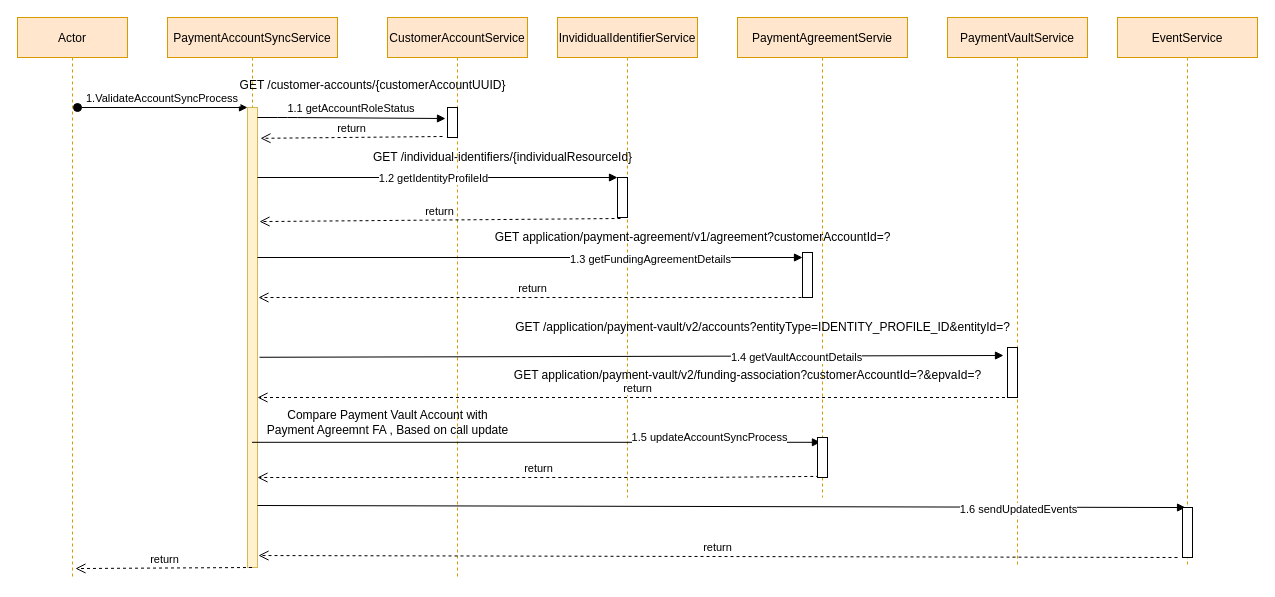
Before: pay-Sequence.drawio in evasanthan/testRestApp, a draw.io diagram. Source tidied: cells renumbered, new cells numbered last; positions are measured from the earlier drawing's top-left corner, leaving out a move shared by most shapes. Both pictures are drawn from the tidied source at 100%, with x=0, y=0 at pixel (17, 17).
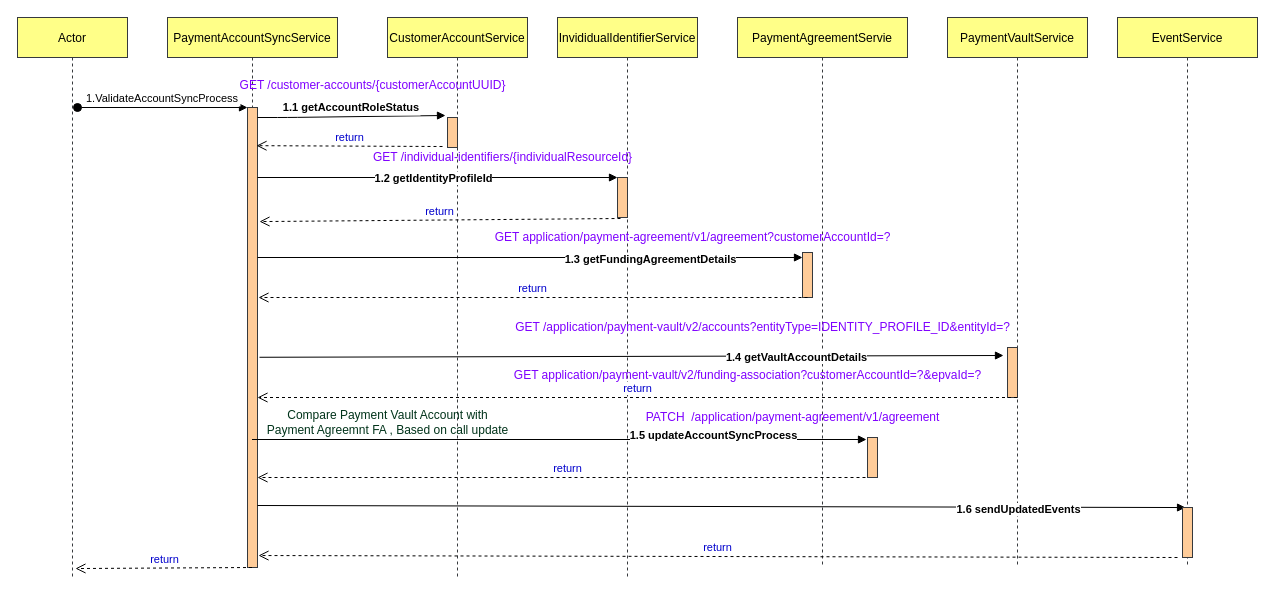
The same diagram, later.

The change refers to these unchanged cells:
```xml
<mxCell id="20" style="html=1;verticalAlign=bottom;endArrow=block;" parent="1" edge="1" target="16">
  <mxGeometry x="-0.02" y="-10" relative="1" as="geometry">
    <mxPoint x="240" y="240" as="sourcePoint" />
  </mxGeometry>
</mxCell>
<mxCell id="25" style="html=1;verticalAlign=bottom;endArrow=block;exitX=1.2;exitY=0.543;exitDx=0;exitDy=0;exitPerimeter=0;entryX=-0.4;entryY=0.16;entryDx=0;entryDy=0;entryPerimeter=0;" parent="1" edge="1" source="3" target="24">
  <mxGeometry x="-0.02" y="-10" relative="1" as="geometry" />
</mxCell>
<mxCell id="35" style="html=1;verticalAlign=bottom;endArrow=block;entryX=0.486;entryY=0.891;entryDx=0;entryDy=0;entryPerimeter=0;" parent="1" edge="1" target="29">
  <mxGeometry x="-0.02" y="-10" relative="1" as="geometry">
    <mxPoint x="240" y="488" as="sourcePoint" />
  </mxGeometry>
</mxCell>
```

What changed in the source:
```diff
@@
-    <mxCell id="2" value="PaymentAccountSyncService" style="shape=umlLifeline;perimeter=lifelinePerimeter;rounded=0;shadow=0;strokeWidth=1;fillColor=#ffe6cc;strokeColor=#d79b00;" parent="1" vertex="1">
+    <mxCell id="2" value="PaymentAccountSyncService" style="shape=umlLifeline;perimeter=lifelinePerimeter;rounded=0;shadow=0;strokeWidth=1;fillColor=#ffff88;strokeColor=#36393d;" parent="1" vertex="1">
       <mxGeometry x="150" width="170" height="550" as="geometry" />
     </mxCell>
-    <mxCell id="3" style="points=[];perimeter=orthogonalPerimeter;rounded=0;shadow=0;strokeWidth=1;fillColor=#fff2cc;strokeColor=#d6b656;" parent="2" vertex="1">
+    <mxCell id="3" style="points=[];perimeter=orthogonalPerimeter;rounded=0;shadow=0;strokeWidth=1;fillColor=#ffcc99;strokeColor=#36393d;" parent="2" vertex="1">
       <mxGeometry x="80" y="90" width="10" height="460" as="geometry" />
     </mxCell>
@@
-    <mxCell id="5" value="CustomerAccountService" style="shape=umlLifeline;perimeter=lifelinePerimeter;rounded=0;shadow=0;strokeWidth=1;fillColor=#ffe6cc;strokeColor=#d79b00;" parent="1" vertex="1">
+    <mxCell id="5" value="CustomerAccountService" style="shape=umlLifeline;perimeter=lifelinePerimeter;rounded=0;shadow=0;strokeWidth=1;fillColor=#ffff88;strokeColor=#36393d;" parent="1" vertex="1">
       <mxGeometry x="370" width="140" height="560" as="geometry" />
     </mxCell>
-    <mxCell id="6" style="points=[];perimeter=orthogonalPerimeter;rounded=0;shadow=0;strokeWidth=1;" parent="5" vertex="1">
-      <mxGeometry x="60" y="90" width="10" height="30" as="geometry" />
+    <mxCell id="6" style="points=[];perimeter=orthogonalPerimeter;rounded=0;shadow=0;strokeWidth=1;fillColor=#ffcc99;strokeColor=#36393d;" parent="5" vertex="1">
+      <mxGeometry x="60" y="100" width="10" height="30" as="geometry" />
     </mxCell>
-    <mxCell id="7" value="1.1 getAccountRoleStatus" style="verticalAlign=bottom;endArrow=block;entryX=-0.2;entryY=0.367;shadow=0;strokeWidth=1;entryDx=0;entryDy=0;entryPerimeter=0;" parent="1" edge="1" source="3" target="6">
+    <mxCell id="7" value="1.1 getAccountRoleStatus" style="verticalAlign=bottom;endArrow=block;shadow=0;strokeWidth=1;fontStyle=1;entryX=-0.2;entryY=-0.067;entryDx=0;entryDy=0;entryPerimeter=0;" parent="1" edge="1" source="3" target="6">
       <mxGeometry relative="1" as="geometry">
         <Array as="points">
           <mxPoint x="270" y="100" />
         </Array>
       </mxGeometry>
     </mxCell>
-    <mxCell id="8" value="&lt;div&gt;&lt;font style=&quot;font-size: 12px&quot;&gt;&lt;span style=&quot;white-space: pre&quot;&gt; &lt;span style=&quot;white-space: pre&quot;&gt; &lt;/span&gt;&lt;span style=&quot;white-space: pre&quot;&gt; &lt;/span&gt;&lt;/span&gt;GET /customer-accounts/&lt;span&gt;{customerAccountUUID}&lt;/span&gt;&lt;/font&gt;&lt;/div&gt;&lt;div&gt;&lt;br&gt;&lt;/div&gt;" style="text;html=1;align=center;verticalAlign=middle;strokeColor=none;" parent="1" vertex="1">
+    <mxCell id="8" value="&lt;div&gt;&lt;font style=&quot;font-size: 12px&quot; color=&quot;#7f00ff&quot;&gt;&lt;span style=&quot;white-space: pre&quot;&gt; &lt;span style=&quot;white-space: pre&quot;&gt; &lt;/span&gt;&lt;span style=&quot;white-space: pre&quot;&gt; &lt;/span&gt;&lt;/span&gt;GET /customer-accounts/&lt;span&gt;{customerAccountUUID}&lt;/span&gt;&lt;/font&gt;&lt;/div&gt;&lt;div&gt;&lt;br&gt;&lt;/div&gt;" style="text;html=1;align=center;verticalAlign=middle;strokeColor=none;" parent="1" vertex="1">
       <mxGeometry x="170" y="60" width="360" height="30" as="geometry" />
     </mxCell>
-    <mxCell id="9" value="1.2 getIdentityProfileId" style="html=1;verticalAlign=bottom;endArrow=block;" parent="1" edge="1" target="13">
+    <mxCell id="9" value="1.2 getIdentityProfileId" style="html=1;verticalAlign=bottom;endArrow=block;fontStyle=1;" parent="1" edge="1" target="13">
       <mxGeometry x="-0.02" y="-10" relative="1" as="geometry">
         <mxPoint x="240" y="160" as="sourcePoint" />
       </mxGeometry>
     </mxCell>
-    <mxCell id="10" value="return" style="html=1;verticalAlign=bottom;endArrow=open;dashed=1;endSize=8;entryX=1.2;entryY=0.248;entryDx=0;entryDy=0;entryPerimeter=0;exitX=0.3;exitY=1.025;exitDx=0;exitDy=0;exitPerimeter=0;" parent="1" edge="1" source="13" target="3">
+    <mxCell id="10" value="&lt;font color=&quot;#0000cc&quot;&gt;return&lt;/font&gt;" style="html=1;verticalAlign=bottom;endArrow=open;dashed=1;endSize=8;entryX=1.2;entryY=0.248;entryDx=0;entryDy=0;entryPerimeter=0;exitX=0.3;exitY=1.025;exitDx=0;exitDy=0;exitPerimeter=0;" parent="1" edge="1" source="13" target="3">
       <mxGeometry relative="1" as="geometry" />
     </mxCell>
-    <mxCell id="11" value="GET /individual-identifiers/{individualResourceId}" style="text;html=1;align=center;verticalAlign=middle;strokeColor=none;" parent="1" vertex="1">
+    <mxCell id="11" value="&lt;font color=&quot;#7f00ff&quot;&gt;GET /individual-identifiers/{individualResourceId}&lt;/font&gt;" style="text;html=1;align=center;verticalAlign=middle;strokeColor=none;" parent="1" vertex="1">
       <mxGeometry x="350" y="130" width="270" height="20" as="geometry" />
     </mxCell>
-    <mxCell id="12" value="InvididualIdentifierService" style="shape=umlLifeline;perimeter=lifelinePerimeter;rounded=0;shadow=0;strokeWidth=1;fillColor=#ffe6cc;strokeColor=#d79b00;" parent="1" vertex="1">
-      <mxGeometry x="540" width="140" height="480" as="geometry" />
+    <mxCell id="12" value="InvididualIdentifierService" style="shape=umlLifeline;perimeter=lifelinePerimeter;rounded=0;shadow=0;strokeWidth=1;fillColor=#ffff88;strokeColor=#36393d;" parent="1" vertex="1">
+      <mxGeometry x="540" width="140" height="560" as="geometry" />
     </mxCell>
-    <mxCell id="13" style="points=[];perimeter=orthogonalPerimeter;rounded=0;shadow=0;strokeWidth=1;" parent="12" vertex="1">
+    <mxCell id="13" style="points=[];perimeter=orthogonalPerimeter;rounded=0;shadow=0;strokeWidth=1;fillColor=#ffcc99;strokeColor=#36393d;" parent="12" vertex="1">
       <mxGeometry x="60" y="160" width="10" height="40" as="geometry" />
     </mxCell>
-    <mxCell id="14" value="return" style="html=1;verticalAlign=bottom;endArrow=open;dashed=1;endSize=8;exitX=-0.5;exitY=0.967;exitDx=0;exitDy=0;exitPerimeter=0;entryX=1.3;entryY=0.067;entryDx=0;entryDy=0;entryPerimeter=0;" parent="1" edge="1" source="6" target="3">
+    <mxCell id="14" value="&lt;font color=&quot;#0000cc&quot;&gt;return&lt;/font&gt;" style="html=1;verticalAlign=bottom;endArrow=open;dashed=1;endSize=8;exitX=-0.5;exitY=0.967;exitDx=0;exitDy=0;exitPerimeter=0;entryX=0.9;entryY=0.083;entryDx=0;entryDy=0;entryPerimeter=0;" parent="1" edge="1" source="6" target="3">
       <mxGeometry relative="1" as="geometry" />
     </mxCell>
-    <mxCell id="15" value="PaymentAgreementServie" style="shape=umlLifeline;perimeter=lifelinePerimeter;rounded=0;shadow=0;strokeWidth=1;fillColor=#ffe6cc;strokeColor=#d79b00;" parent="1" vertex="1">
-      <mxGeometry x="720" width="170" height="480" as="geometry" />
+    <mxCell id="15" value="PaymentAgreementServie" style="shape=umlLifeline;perimeter=lifelinePerimeter;rounded=0;shadow=0;strokeWidth=1;fillColor=#ffff88;strokeColor=#36393d;" parent="1" vertex="1">
+      <mxGeometry x="720" width="170" height="550" as="geometry" />
     </mxCell>
-    <mxCell id="16" style="points=[];perimeter=orthogonalPerimeter;rounded=0;shadow=0;strokeWidth=1;" parent="15" vertex="1">
+    <mxCell id="16" style="points=[];perimeter=orthogonalPerimeter;rounded=0;shadow=0;strokeWidth=1;fillColor=#ffcc99;strokeColor=#36393d;" parent="15" vertex="1">
       <mxGeometry x="65" y="235" width="10" height="45" as="geometry" />
     </mxCell>
-    <mxCell id="17" value="GET /application/payment-vault/v2/accounts?entityType=IDENTITY_PROFILE_ID&amp;amp;entityId=?" style="text;html=1;align=center;verticalAlign=middle;strokeColor=none;" parent="15" vertex="1">
+    <mxCell id="17" value="&lt;font color=&quot;#7f00ff&quot;&gt;GET /application/payment-vault/v2/accounts?entityType=IDENTITY_PROFILE_ID&amp;amp;entityId=?&lt;/font&gt;" style="text;html=1;align=center;verticalAlign=middle;strokeColor=none;" parent="15" vertex="1">
       <mxGeometry x="-230" y="300" width="510" height="20" as="geometry" />
     </mxCell>
-    <mxCell id="18" value="&lt;div&gt;GET application/payment-vault/v2/funding-association?customerAccountId=?&amp;amp;epvaId=?&lt;/div&gt;&lt;div&gt;&lt;br&gt;&lt;/div&gt;" style="text;html=1;align=center;verticalAlign=middle;strokeColor=none;" parent="15" vertex="1">
+    <mxCell id="18" value="&lt;div&gt;&lt;font color=&quot;#7f00ff&quot;&gt;GET application/payment-vault/v2/funding-association?customerAccountId=?&amp;amp;epvaId=?&lt;/font&gt;&lt;/div&gt;&lt;div&gt;&lt;br&gt;&lt;/div&gt;" style="text;html=1;align=center;verticalAlign=middle;strokeColor=none;" parent="15" vertex="1">
       <mxGeometry x="-230" y="350" width="480" height="30" as="geometry" />
     </mxCell>
-    <mxCell id="19" value="PaymentVaultService" style="shape=umlLifeline;perimeter=lifelinePerimeter;rounded=0;shadow=0;strokeWidth=1;fillColor=#ffe6cc;strokeColor=#d79b00;" parent="1" vertex="1">
+    <mxCell id="19" value="PaymentVaultService" style="shape=umlLifeline;perimeter=lifelinePerimeter;rounded=0;shadow=0;strokeWidth=1;fillColor=#ffff88;strokeColor=#36393d;" parent="1" vertex="1">
       <mxGeometry x="930" width="140" height="550" as="geometry" />
     </mxCell>
@@
-    <mxCell id="21" value="1.3 getFundingAgreementDetails" style="edgeLabel;html=1;align=center;verticalAlign=middle;" parent="20" vertex="1">
+    <mxCell id="21" value="1.3 getFundingAgreementDetails" style="edgeLabel;html=1;align=center;verticalAlign=middle;fontStyle=1;" parent="20" vertex="1">
       <mxGeometry x="0.44" y="-1" relative="1" as="geometry" />
     </mxCell>
-    <mxCell id="22" value="GET application/payment-agreement/v1/agreement?customerAccountId=?" style="text;html=1;align=center;verticalAlign=middle;strokeColor=none;" parent="1" vertex="1">
+    <mxCell id="22" value="&lt;font color=&quot;#7f00ff&quot;&gt;GET application/payment-agreement/v1/agreement?customerAccountId=?&lt;/font&gt;" style="text;html=1;align=center;verticalAlign=middle;strokeColor=none;" parent="1" vertex="1">
       <mxGeometry x="470" y="210" width="410" height="20" as="geometry" />
     </mxCell>
-    <mxCell id="23" value="return" style="html=1;verticalAlign=bottom;endArrow=open;dashed=1;endSize=8;" parent="1" edge="1">
+    <mxCell id="23" value="&lt;font color=&quot;#0000cc&quot;&gt;return&lt;/font&gt;" style="html=1;verticalAlign=bottom;endArrow=open;dashed=1;endSize=8;" parent="1" edge="1">
       <mxGeometry relative="1" as="geometry">
         <mxPoint x="790" y="280" as="sourcePoint" />
         <mxPoint x="241" y="280" as="targetPoint" />
       </mxGeometry>
     </mxCell>
-    <mxCell id="24" style="points=[];perimeter=orthogonalPerimeter;rounded=0;shadow=0;strokeWidth=1;" parent="1" vertex="1">
+    <mxCell id="24" style="points=[];perimeter=orthogonalPerimeter;rounded=0;shadow=0;strokeWidth=1;fillColor=#ffcc99;strokeColor=#36393d;" parent="1" vertex="1">
       <mxGeometry x="990" y="330" width="10" height="50" as="geometry" />
     </mxCell>
@@
-    <mxCell id="26" value="1.4 getVaultAccountDetails" style="edgeLabel;html=1;align=center;verticalAlign=middle;" parent="25" vertex="1">
+    <mxCell id="26" value="1.4 getVaultAccountDetails" style="edgeLabel;html=1;align=center;verticalAlign=middle;fontStyle=1;" parent="25" vertex="1">
       <mxGeometry x="0.44" y="-1" relative="1" as="geometry" />
     </mxCell>
-    <mxCell id="27" value="return" style="html=1;verticalAlign=bottom;endArrow=open;dashed=1;endSize=8;" parent="1" edge="1" source="19">
+    <mxCell id="27" value="&lt;font color=&quot;#0000cc&quot;&gt;return&lt;/font&gt;" style="html=1;verticalAlign=bottom;endArrow=open;dashed=1;endSize=8;" parent="1" edge="1" source="19">
       <mxGeometry relative="1" as="geometry">
         <mxPoint x="240" y="380" as="targetPoint" />
         <Array as="points">
           <mxPoint x="690" y="380" />
         </Array>
       </mxGeometry>
     </mxCell>
@@
-    <mxCell id="29" value="EventService" style="shape=umlLifeline;perimeter=lifelinePerimeter;rounded=0;shadow=0;strokeWidth=1;fillColor=#ffe6cc;strokeColor=#d79b00;" parent="1" vertex="1">
+    <mxCell id="29" value="EventService" style="shape=umlLifeline;perimeter=lifelinePerimeter;rounded=0;shadow=0;strokeWidth=1;fillColor=#ffff88;strokeColor=#36393d;" parent="1" vertex="1">
       <mxGeometry x="1100" width="140" height="550" as="geometry" />
     </mxCell>
-    <mxCell id="30" style="html=1;verticalAlign=bottom;endArrow=block;entryX=0.488;entryY=0.885;entryDx=0;entryDy=0;entryPerimeter=0;" parent="1" edge="1" source="2" target="15">
+    <mxCell id="30" style="html=1;verticalAlign=bottom;endArrow=block;entryX=-0.1;entryY=0.05;entryDx=0;entryDy=0;entryPerimeter=0;" parent="1" edge="1" source="2" target="34">
       <mxGeometry x="-0.02" y="-10" relative="1" as="geometry" />
     </mxCell>
-    <mxCell id="31" value="1.5 updateAccountSyncProcess" style="edgeLabel;html=1;align=center;verticalAlign=middle;" parent="30" vertex="1">
+    <mxCell id="31" value="1.5 updateAccountSyncProcess" style="edgeLabel;html=1;align=center;verticalAlign=middle;fontStyle=1;" parent="30" vertex="1">
       <mxGeometry x="0.44" y="-1" relative="1" as="geometry">
-        <mxPoint x="48" y="-6" as="offset" />
+        <mxPoint x="19" y="-6" as="offset" />
       </mxGeometry>
     </mxCell>
-    <mxCell id="32" value="return" style="html=1;verticalAlign=bottom;endArrow=open;dashed=1;endSize=8;exitX=0.481;exitY=0.956;exitDx=0;exitDy=0;exitPerimeter=0;" parent="1" edge="1" source="15">
+    <mxCell id="32" value="&lt;font color=&quot;#0000cc&quot;&gt;return&lt;/font&gt;" style="html=1;verticalAlign=bottom;endArrow=open;dashed=1;endSize=8;" parent="1" edge="1">
       <mxGeometry relative="1" as="geometry">
+        <mxPoint x="860" y="460" as="sourcePoint" />
         <mxPoint x="240" y="460" as="targetPoint" />
         <Array as="points">
           <mxPoint x="680" y="460" />
         </Array>
       </mxGeometry>
     </mxCell>
-    <mxCell id="33" value="Compare Payment Vault Account with &lt;br&gt;Payment Agreemnt FA , Based on call update" style="text;html=1;align=center;verticalAlign=middle;strokeColor=none;" parent="1" vertex="1">
+    <mxCell id="33" value="&lt;font color=&quot;#00331a&quot;&gt;Compare Payment Vault Account with &lt;br&gt;Payment Agreemnt FA , Based on call update&lt;/font&gt;" style="text;html=1;align=center;verticalAlign=middle;strokeColor=none;" parent="1" vertex="1">
       <mxGeometry x="240" y="390" width="260" height="30" as="geometry" />
     </mxCell>
-    <mxCell id="34" style="points=[];perimeter=orthogonalPerimeter;rounded=0;shadow=0;strokeWidth=1;" parent="1" vertex="1">
-      <mxGeometry x="800" y="420" width="10" height="40" as="geometry" />
+    <mxCell id="34" style="points=[];perimeter=orthogonalPerimeter;rounded=0;shadow=0;strokeWidth=1;fillColor=#ffcc99;strokeColor=#36393d;" parent="1" vertex="1">
+      <mxGeometry x="850" y="420" width="10" height="40" as="geometry" />
     </mxCell>
@@
-    <mxCell id="36" value="1.6 sendUpdatedEvents" style="edgeLabel;html=1;align=center;verticalAlign=middle;" parent="35" vertex="1">
+    <mxCell id="36" value="1.6 sendUpdatedEvents" style="edgeLabel;html=1;align=center;verticalAlign=middle;fontStyle=1;" parent="35" vertex="1">
       <mxGeometry x="0.44" y="-1" relative="1" as="geometry">
         <mxPoint x="93" y="1" as="offset" />
       </mxGeometry>
     </mxCell>
-    <mxCell id="37" style="perimeter=orthogonalPerimeter;rounded=0;shadow=0;strokeWidth=1;" parent="1" vertex="1">
+    <mxCell id="37" style="perimeter=orthogonalPerimeter;rounded=0;shadow=0;strokeWidth=1;fillColor=#ffcc99;strokeColor=#36393d;" parent="1" vertex="1">
       <mxGeometry x="1165" y="490" width="10" height="50" as="geometry" />
     </mxCell>
-    <mxCell id="38" value="return" style="html=1;verticalAlign=bottom;endArrow=open;dashed=1;endSize=8;entryX=1.1;entryY=0.974;entryDx=0;entryDy=0;entryPerimeter=0;" parent="1" edge="1" target="3">
+    <mxCell id="38" value="&lt;font color=&quot;#0000cc&quot;&gt;return&lt;/font&gt;" style="html=1;verticalAlign=bottom;endArrow=open;dashed=1;endSize=8;entryX=1.1;entryY=0.974;entryDx=0;entryDy=0;entryPerimeter=0;" parent="1" edge="1" target="3">
       <mxGeometry relative="1" as="geometry">
         <mxPoint x="1160" y="540" as="sourcePoint" />
       </mxGeometry>
     </mxCell>
-    <mxCell id="39" value="Actor" style="shape=umlLifeline;perimeter=lifelinePerimeter;rounded=0;shadow=0;strokeWidth=1;fillColor=#ffe6cc;strokeColor=#d79b00;" parent="1" vertex="1">
+    <mxCell id="39" value="Actor" style="shape=umlLifeline;perimeter=lifelinePerimeter;rounded=0;shadow=0;strokeWidth=1;fillColor=#ffff88;strokeColor=#36393d;" parent="1" vertex="1">
       <mxGeometry width="110" height="560" as="geometry" />
     </mxCell>
-    <mxCell id="40" value="return" style="html=1;verticalAlign=bottom;endArrow=open;dashed=1;endSize=8;entryX=0.527;entryY=0.984;entryDx=0;entryDy=0;entryPerimeter=0;" parent="1" edge="1" source="2" target="39">
+    <mxCell id="40" value="&lt;font color=&quot;#0000cc&quot;&gt;return&lt;/font&gt;" style="html=1;verticalAlign=bottom;endArrow=open;dashed=1;endSize=8;entryX=0.527;entryY=0.984;entryDx=0;entryDy=0;entryPerimeter=0;" parent="1" edge="1" source="2" target="39">
       <mxGeometry relative="1" as="geometry" />
     </mxCell>
+    <mxCell id="41" value="&lt;font color=&quot;#7f00ff&quot;&gt;PATCH&amp;nbsp; /application/payment-agreement/v1/agreement&lt;/font&gt;" style="text;html=1;align=center;verticalAlign=middle;strokeColor=none;" parent="1" vertex="1">
+      <mxGeometry x="620" y="390" width="310" height="20" as="geometry" />
+    </mxCell>
```
